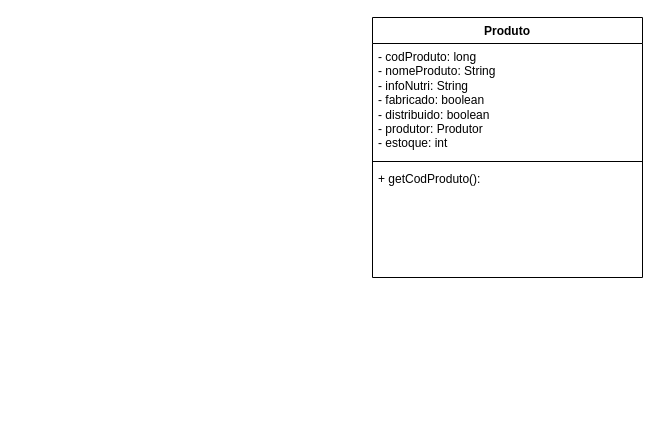
laurasultan/software keeps this draw.io diagram as Feira.drawio. Above is the earlier version. Source tidied: cells renumbered, new cells numbered last; positions are measured from the earlier drawing's top-left corner, leaving out a move shared by most shapes. Both pictures are drawn from the tidied source at 100%, with x=0, y=0 at pixel (372, 17).
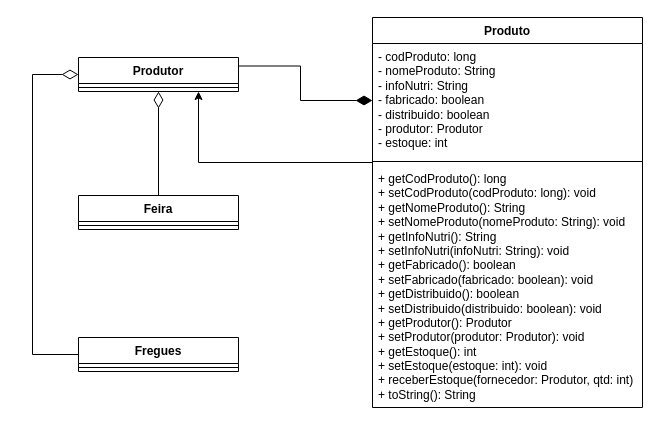
The same page after the edit.

What changed in the source:
```diff
@@
 <mxGraphModel>
   <root>
     <mxCell id="0" />
     <mxCell id="1" parent="0" />
     <mxCell id="2" value="Produto" style="swimlane;fontStyle=1;align=center;verticalAlign=top;horizontal=1;startSize=26;whiteSpace=wrap;html=1;" parent="1" vertex="1">
-      <mxGeometry width="270" height="260" as="geometry" />
+      <mxGeometry width="270" height="390" as="geometry" />
     </mxCell>
     <mxCell id="3" value="&lt;div&gt;- codProduto: long&lt;/div&gt;&lt;div&gt;- nomeProduto: String&lt;/div&gt;&lt;div&gt;- infoNutri: String&lt;/div&gt;&lt;div&gt;- fabricado: boolean&lt;/div&gt;&lt;div&gt;- distribuido: boolean&lt;/div&gt;&lt;div&gt;- produtor: Produtor&lt;/div&gt;&lt;div&gt;- estoque: int&lt;br&gt;&lt;/div&gt;" style="text;strokeColor=none;fillColor=none;align=left;verticalAlign=top;spacingLeft=4;spacingRight=4;overflow=hidden;points=[[0,0.5],[1,0.5]];portConstraint=eastwest;whiteSpace=wrap;html=1;" parent="2" vertex="1">
       <mxGeometry y="26" width="270" height="114" as="geometry" />
     </mxCell>
     <mxCell id="4" style="line;strokeWidth=1;fillColor=none;align=left;verticalAlign=middle;spacingTop=-1;spacingLeft=3;spacingRight=3;labelPosition=right;points=[];portConstraint=eastwest;strokeColor=inherit;" parent="2" vertex="1">
       <mxGeometry y="140" width="270" height="8" as="geometry" />
     </mxCell>
-    <mxCell id="5" value="+ getCodProduto(): " style="text;strokeColor=none;fillColor=none;align=left;verticalAlign=top;spacingLeft=4;spacingRight=4;overflow=hidden;whiteSpace=wrap;html=1;" parent="2" vertex="1">
-      <mxGeometry y="148" width="270" height="112" as="geometry" />
+    <mxCell id="5" value="&lt;div&gt;+ getCodProduto(): long&lt;/div&gt;&lt;div&gt;+ setCodProduto(codProduto: long): void&lt;/div&gt;&lt;div&gt;+ getNomeProduto(): String&lt;/div&gt;&lt;div&gt;+ setNomeProduto(nomeProduto: String): void&lt;/div&gt;&lt;div&gt;+ getInfoNutri(): String&lt;/div&gt;&lt;div&gt;+ setInfoNutri(infoNutri: String): void&lt;/div&gt;&lt;div&gt;+ getFabricado(): boolean&lt;/div&gt;&lt;div&gt;+ setFabricado(fabricado: boolean): void&lt;/div&gt;&lt;div&gt;+ getDistribuido(): boolean&lt;/div&gt;&lt;div&gt;+ setDistribuido(distribuido: boolean): void&lt;/div&gt;&lt;div&gt;+ getProdutor(): Produtor&lt;/div&gt;&lt;div&gt;+ setProdutor(produtor: Produtor): void&lt;/div&gt;&lt;div&gt;+ getEstoque(): int&lt;/div&gt;&lt;div&gt;+ setEstoque(estoque: int): void&lt;/div&gt;&lt;div&gt;+ receberEstoque(fornecedor: Produtor, qtd: int)&lt;/div&gt;&lt;div&gt;+ toString(): String&lt;/div&gt;" style="text;strokeColor=none;fillColor=none;align=left;verticalAlign=top;spacingLeft=4;spacingRight=4;overflow=hidden;whiteSpace=wrap;html=1;" parent="2" vertex="1">
+      <mxGeometry y="148" width="270" height="242" as="geometry" />
     </mxCell>
+    <mxCell id="6" style="edgeStyle=orthogonalEdgeStyle;rounded=0;jettySize=auto;html=1;exitX=1;exitY=0.25;exitDx=0;exitDy=0;entryX=0;entryY=0.5;entryDx=0;entryDy=0;endArrow=diamondThin;endFill=1;endSize=14;" parent="1" edge="1" source="7" target="3">
+      <mxGeometry relative="1" as="geometry" />
+    </mxCell>
+    <mxCell id="7" value="Produtor" style="swimlane;fontStyle=1;align=center;verticalAlign=top;horizontal=1;startSize=26;whiteSpace=wrap;html=1;" parent="1" vertex="1">
+      <mxGeometry x="-294" y="40" width="160" height="34" as="geometry" />
+    </mxCell>
+    <mxCell id="8" style="line;strokeWidth=1;fillColor=none;align=left;verticalAlign=middle;spacingTop=-1;spacingLeft=3;spacingRight=3;labelPosition=right;strokeColor=inherit;" parent="7" vertex="1">
+      <mxGeometry y="26" width="160" height="8" as="geometry" />
+    </mxCell>
+    <mxCell id="9" style="edgeStyle=orthogonalEdgeStyle;rounded=0;jettySize=auto;html=1;exitX=0.5;exitY=0;exitDx=0;exitDy=0;entryX=0.5;entryY=1;entryDx=0;entryDy=0;endArrow=diamondThin;endFill=0;endSize=14;" parent="1" edge="1" source="10" target="7">
+      <mxGeometry relative="1" as="geometry" />
+    </mxCell>
+    <mxCell id="10" value="Feira" style="swimlane;fontStyle=1;align=center;verticalAlign=top;horizontal=1;startSize=26;whiteSpace=wrap;html=1;" parent="1" vertex="1">
+      <mxGeometry x="-294" y="178" width="160" height="34" as="geometry" />
+    </mxCell>
+    <mxCell id="11" style="line;strokeWidth=1;fillColor=none;align=left;verticalAlign=middle;spacingTop=-1;spacingLeft=3;spacingRight=3;labelPosition=right;strokeColor=inherit;" parent="10" vertex="1">
+      <mxGeometry y="26" width="160" height="8" as="geometry" />
+    </mxCell>
+    <mxCell id="12" style="edgeStyle=orthogonalEdgeStyle;rounded=0;jettySize=auto;html=1;exitX=0;exitY=0.5;exitDx=0;exitDy=0;entryX=0;entryY=0.5;entryDx=0;entryDy=0;endArrow=diamondThin;endFill=0;endSize=14;" parent="1" edge="1" source="13" target="7">
+      <mxGeometry relative="1" as="geometry">
+        <Array as="points">
+          <mxPoint x="-340" y="337" />
+          <mxPoint x="-340" y="57" />
+        </Array>
+      </mxGeometry>
+    </mxCell>
+    <mxCell id="13" value="Fregues" style="swimlane;fontStyle=1;align=center;verticalAlign=top;horizontal=1;startSize=26;whiteSpace=wrap;html=1;" parent="1" vertex="1">
+      <mxGeometry x="-294" y="320" width="160" height="34" as="geometry" />
+    </mxCell>
+    <mxCell id="14" style="line;strokeWidth=1;fillColor=none;align=left;verticalAlign=middle;spacingTop=-1;spacingLeft=3;spacingRight=3;labelPosition=right;strokeColor=inherit;" parent="13" vertex="1">
+      <mxGeometry y="26" width="160" height="8" as="geometry" />
+    </mxCell>
+    <mxCell id="15" style="edgeStyle=orthogonalEdgeStyle;rounded=0;jettySize=auto;html=1;exitX=0;exitY=0.625;exitDx=0;exitDy=0;entryX=0.75;entryY=1;entryDx=0;entryDy=0;exitPerimeter=0;" parent="1" edge="1" source="4" target="7">
+      <mxGeometry relative="1" as="geometry" />
+    </mxCell>
   </root>
 </mxGraphModel>
```
